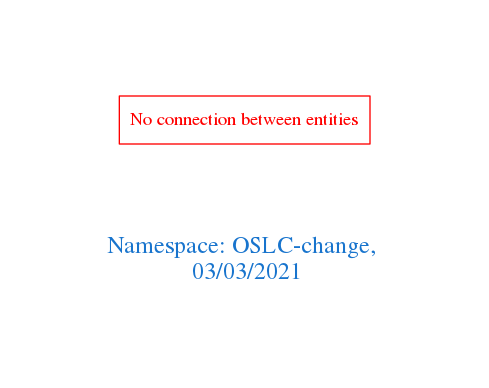
Earlier version of the Graphviz export downloads/OSLC-change.png (arago/OGIT). Its source is kept beside it as downloads/OSLC-change.dot.
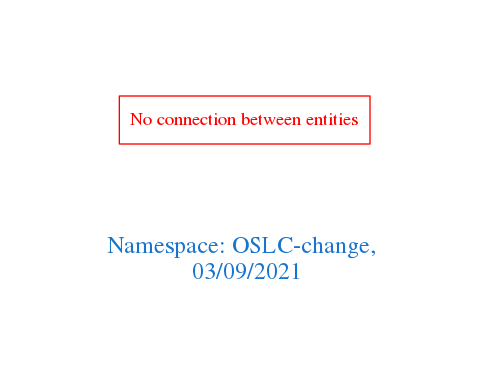
The same file after the commit.

Diff of the diagram source:
```diff
@@ -1,7 +1,7 @@
 digraph OGIT_ontology {
  graph [ rankdir= LR,pad=1
 fontsize = 18,
-fontcolor= dodgerblue3,label = "\n\n\nNamespace: OSLC-change, \n 03/03/2021"];
+fontcolor= dodgerblue3,label = "\n\n\nNamespace: OSLC-change, \n 03/09/2021"];
 node[shape=polygon];
 edge [  color="gray81"];
 
```
